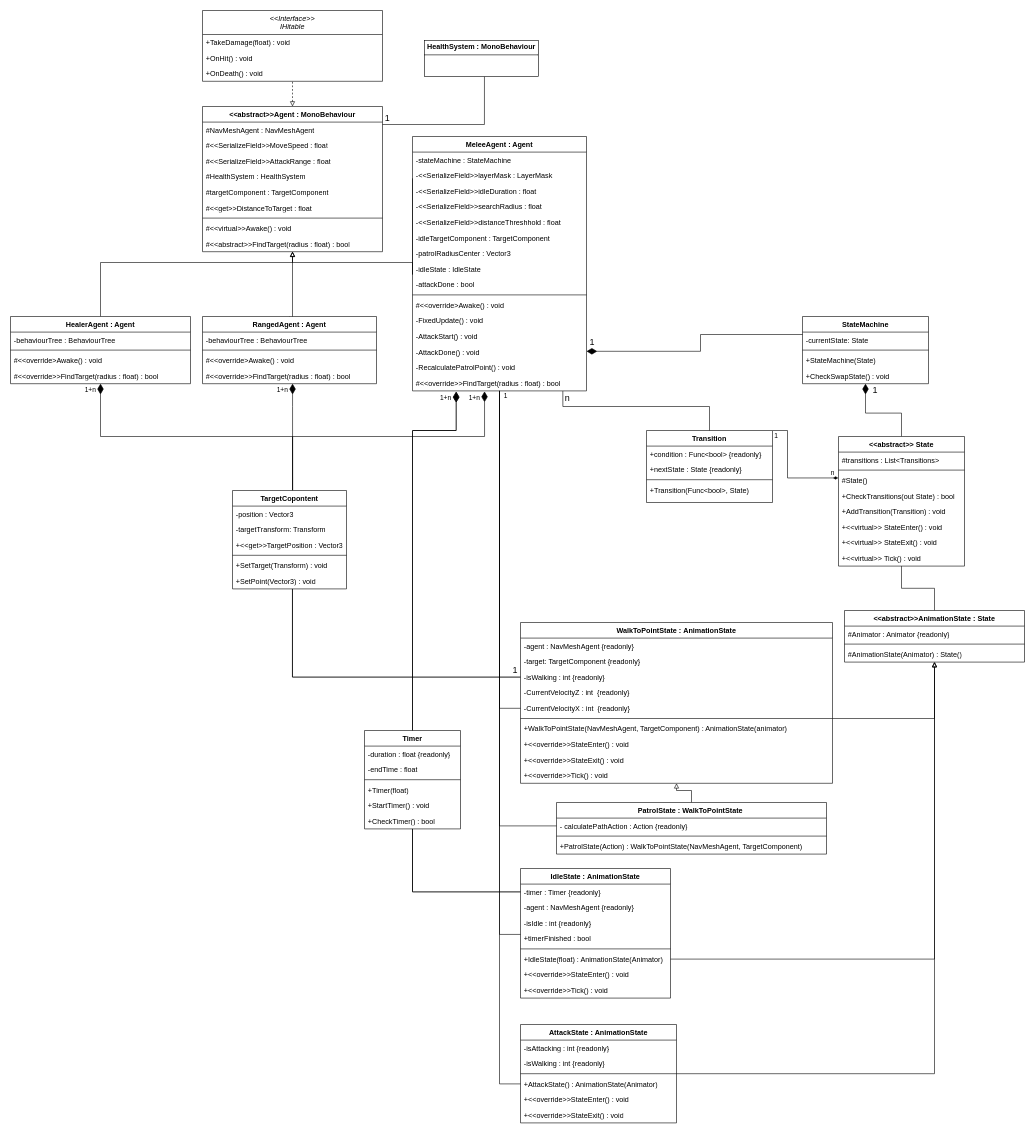
Before: page "Page-1" (1 of 2) of KIProjektKlasseDiagram.drawio in RDMJoker/LL_Semester2_Project, a draw.io diagram. Source tidied: cells renumbered, new cells numbered last; positions are measured from the earlier drawing's top-left corner, leaving out a move shared by most shapes. Both pictures are drawn from the tidied source at 60%, with x=0, y=0 at pixel (10, 10).
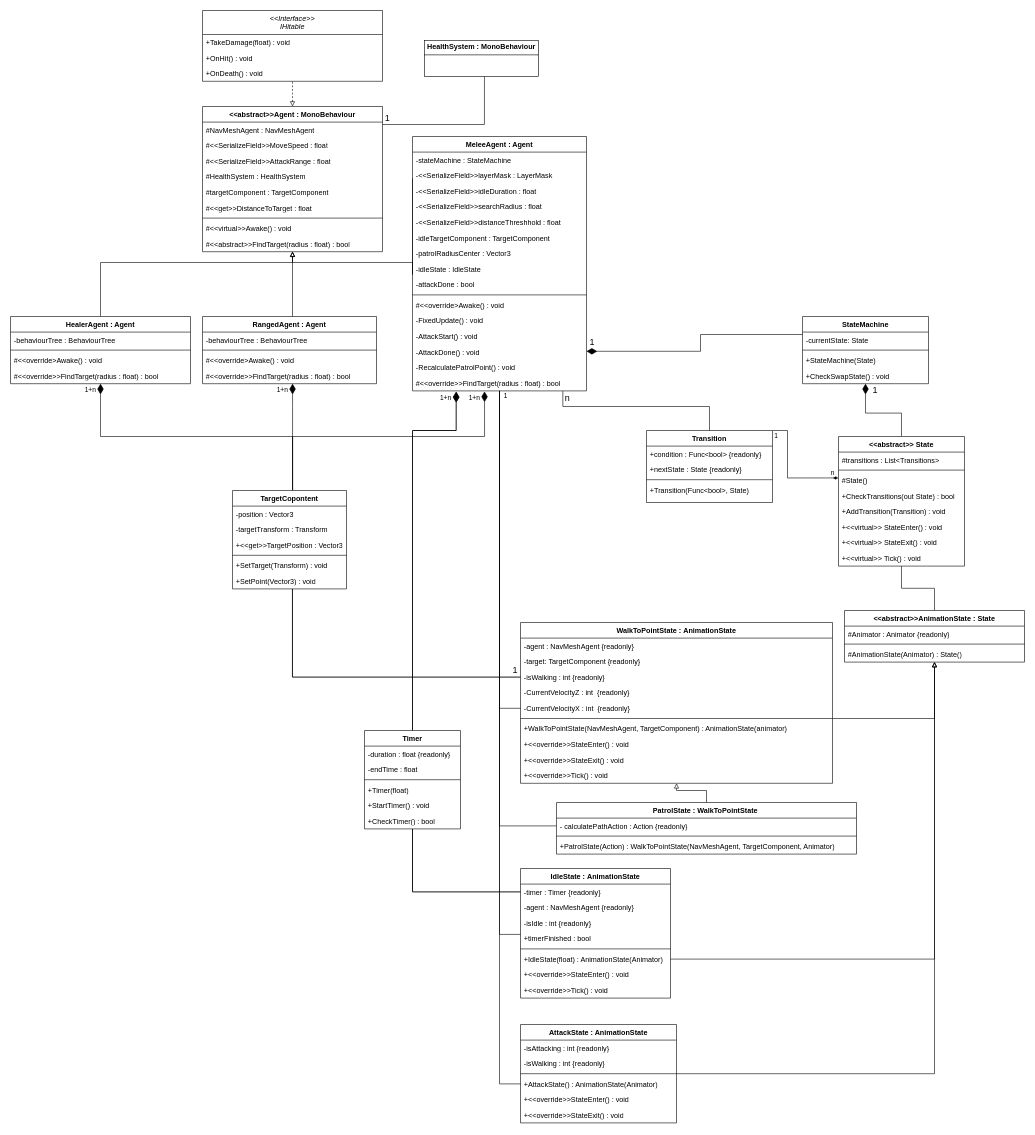
Above is the later version.

Unchanged cells that the change refers to:
```xml
<mxCell id="105" value="TargetCopontent" style="swimlane;fontStyle=1;align=center;verticalAlign=top;horizontal=1;startSize=26;whiteSpace=wrap;html=1;" parent="1" vertex="1">
  <mxGeometry x="370" y="800" width="190" height="164" as="geometry" />
</mxCell>
```

Diff of the diagram source:
```diff
@@
-    <mxCell id="107" value="-targetTransform: Transform" style="text;strokeColor=none;fillColor=none;align=left;verticalAlign=top;spacingLeft=4;spacingRight=4;overflow=hidden;whiteSpace=wrap;html=1;" parent="105" vertex="1">
+    <mxCell id="107" value="-targetTransform : Transform" style="text;strokeColor=none;fillColor=none;align=left;verticalAlign=top;spacingLeft=4;spacingRight=4;overflow=hidden;whiteSpace=wrap;html=1;" parent="105" vertex="1">
       <mxGeometry y="52" width="190" height="26" as="geometry" />
     </mxCell>
@@
     <mxCell id="126" value="PatrolState : WalkToPointState&amp;nbsp;" style="swimlane;fontStyle=1;align=center;verticalAlign=top;horizontal=1;startSize=26;whiteSpace=wrap;html=1;" parent="1" vertex="1">
-      <mxGeometry x="910" y="1320" width="450" height="86" as="geometry" />
+      <mxGeometry x="910" y="1320" width="500" height="86" as="geometry" />
     </mxCell>
     <mxCell id="127" value="- calculatePathAction : Action {readonly}" style="text;strokeColor=none;fillColor=none;align=left;verticalAlign=top;spacingLeft=4;spacingRight=4;overflow=hidden;points=[[0,0.5],[1,0.5]];portConstraint=eastwest;whiteSpace=wrap;html=1;" parent="126" vertex="1">
-      <mxGeometry y="26" width="450" height="26" as="geometry" />
+      <mxGeometry y="26" width="500" height="26" as="geometry" />
     </mxCell>
     <mxCell id="128" style="line;strokeWidth=1;fillColor=none;align=left;verticalAlign=middle;spacingTop=-1;spacingLeft=3;spacingRight=3;labelPosition=right;strokeColor=inherit;" parent="126" vertex="1">
-      <mxGeometry y="52" width="450" height="8" as="geometry" />
+      <mxGeometry y="52" width="500" height="8" as="geometry" />
     </mxCell>
-    <mxCell id="129" value="+PatrolState(Action) :&amp;nbsp;&lt;span style=&quot;text-wrap: nowrap;&quot;&gt;WalkToPointState(NavMeshAgent, TargetComponent)&lt;/span&gt;" style="text;strokeColor=none;fillColor=none;align=left;verticalAlign=top;spacingLeft=4;spacingRight=4;overflow=hidden;whiteSpace=wrap;html=1;" parent="126" vertex="1">
-      <mxGeometry y="60" width="450" height="26" as="geometry" />
+    <mxCell id="129" value="+PatrolState(Action) :&amp;nbsp;&lt;span style=&quot;text-wrap: nowrap;&quot;&gt;WalkToPointState(NavMeshAgent, TargetComponent, Animator)&lt;/span&gt;" style="text;strokeColor=none;fillColor=none;align=left;verticalAlign=top;spacingLeft=4;spacingRight=4;overflow=hidden;whiteSpace=wrap;html=1;" parent="126" vertex="1">
+      <mxGeometry y="60" width="500" height="26" as="geometry" />
     </mxCell>
```
